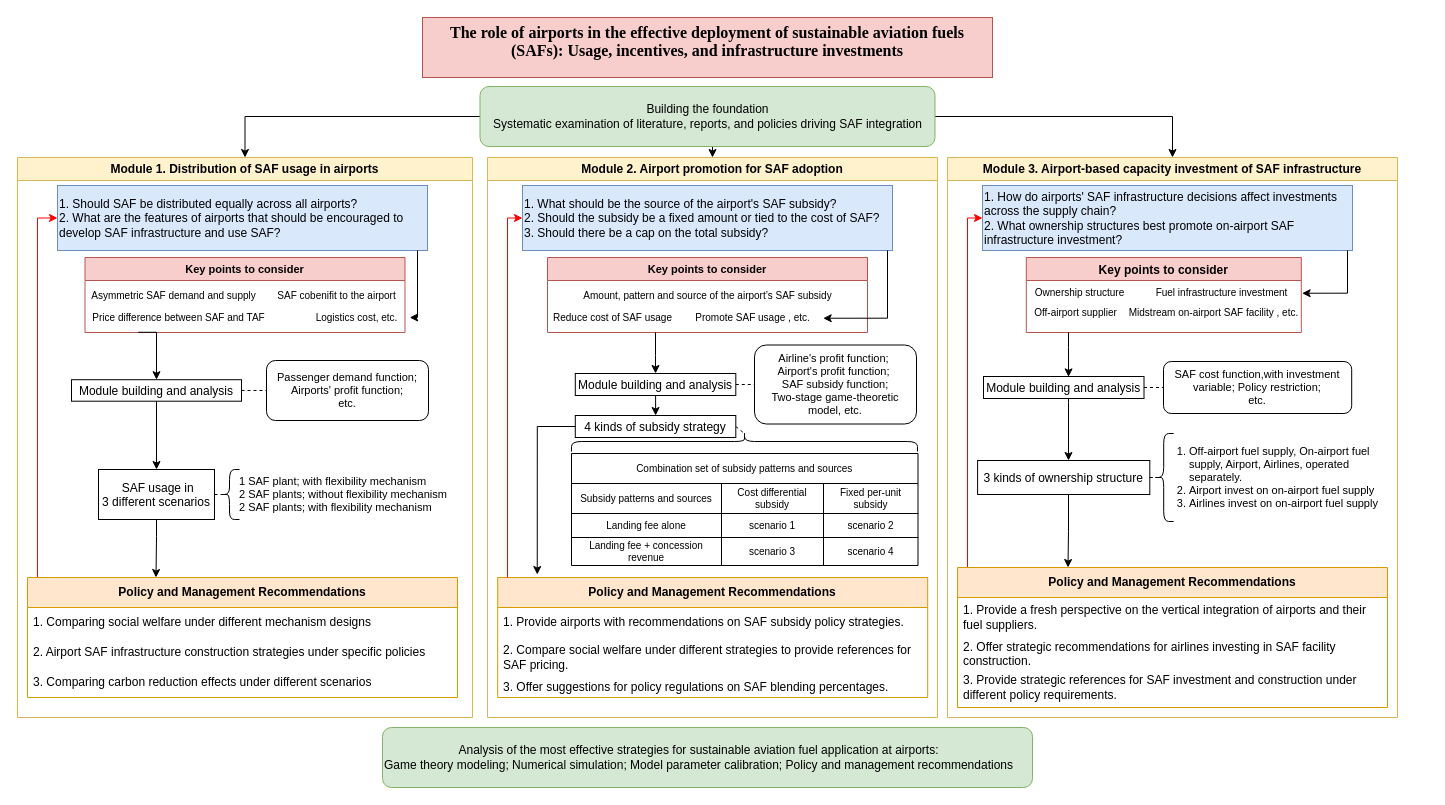
This is 技术路线图.drawio from HengfeiMa95/paper-reading, a draw.io file, before an edit. Source tidied: cells renumbered, new cells numbered last; positions are measured from the earlier drawing's top-left corner, leaving out a move shared by most shapes. Both pictures are drawn from the tidied source at 100%, with x=0, y=0 at pixel (17, 17).
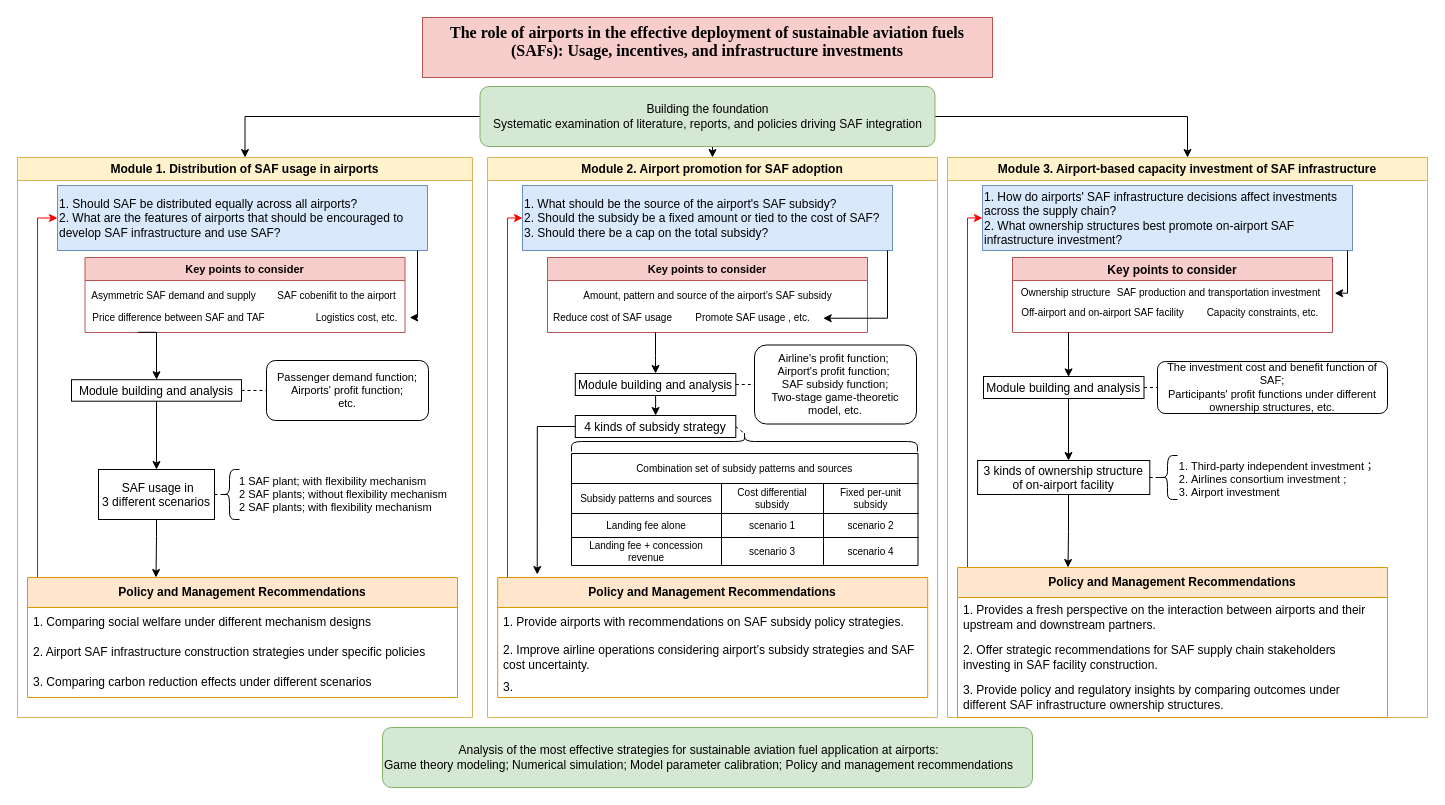
Above is the later version.

Commit message (it also covers changes not shown here):
Update 技术路线图.drawio

Unchanged cells that the change refers to:
```xml
<mxCell id="47" value="&lt;span style=&quot;font-weight: 700;&quot;&gt;Policy and Management Recommendations&lt;/span&gt;" style="swimlane;fontStyle=0;horizontal=1;startSize=30;whiteSpace=wrap;html=1;align=center;verticalAlign=middle;fontFamily=Helvetica;fontSize=12;fillColor=#ffe6cc;strokeColor=#d79b00;" parent="25" vertex="1">
  <mxGeometry x="10.2" y="420" width="430" height="120" as="geometry" />
</mxCell>
```

What changed in the source:
```diff
@@
-    <mxCell id="49" value="2. Compare social welfare under different strategies to provide references for SAF pricing." style="text;strokeColor=none;fillColor=none;align=left;verticalAlign=middle;spacingLeft=4;spacingRight=4;overflow=hidden;whiteSpace=wrap;html=1;fontFamily=Helvetica;fontSize=12;fontColor=default;" parent="47" vertex="1">
+    <mxCell id="49" value="2. Improve airline operations considering airport’s subsidy strategies and SAF cost uncertainty." style="text;strokeColor=none;fillColor=none;align=left;verticalAlign=middle;spacingLeft=4;spacingRight=4;overflow=hidden;whiteSpace=wrap;html=1;fontFamily=Helvetica;fontSize=12;fontColor=default;" parent="47" vertex="1">
       <mxGeometry y="60" width="430" height="40" as="geometry" />
     </mxCell>
-    <mxCell id="50" value="3. Offer suggestions for policy regulations on SAF blending percentages." style="text;strokeColor=none;fillColor=none;align=left;verticalAlign=middle;spacingLeft=4;spacingRight=4;overflow=hidden;whiteSpace=wrap;html=1;fontFamily=Helvetica;fontSize=12;fontColor=default;" parent="47" vertex="1">
+    <mxCell id="50" value="3.&amp;nbsp;" style="text;strokeColor=none;fillColor=none;align=left;verticalAlign=middle;spacingLeft=4;spacingRight=4;overflow=hidden;whiteSpace=wrap;html=1;fontFamily=Helvetica;fontSize=12;fontColor=default;" parent="47" vertex="1">
       <mxGeometry y="100" width="430" height="20" as="geometry" />
     </mxCell>
@@
     <mxCell id="59" value="Module 3. Airport-based capacity investment of SAF infrastructure" style="swimlane;whiteSpace=wrap;fillColor=#fff2cc;strokeColor=#d6b656;" parent="1" vertex="1">
-      <mxGeometry x="930" y="140" width="450" height="560" as="geometry" />
+      <mxGeometry x="930" y="140" width="480" height="560" as="geometry" />
     </mxCell>
@@
-    <mxCell id="63" value="SAF cost function,with investment variable; Policy restriction;&lt;br style=&quot;font-size: 11px;&quot;&gt;etc." style="rounded=1;whiteSpace=wrap;html=1;fontSize=11;" parent="59" vertex="1">
-      <mxGeometry x="216" y="204" width="188.2" height="52" as="geometry" />
+    <mxCell id="63" value="The investment cost and benefit function of SAF;&lt;div&gt;Participants' profit functions under different ownership structures, etc.&lt;br&gt;&lt;/div&gt;" style="rounded=1;whiteSpace=wrap;html=1;fontSize=11;" parent="59" vertex="1">
+      <mxGeometry x="210" y="204" width="230" height="52" as="geometry" />
     </mxCell>
@@
-    <mxCell id="65" value="3 kinds of ownership structure" parent="59" vertex="1">
+    <mxCell id="65" value="3 kinds of ownership structure&#10;of on-airport facility" parent="59" vertex="1">
       <mxGeometry x="30.1" y="303" width="172.2" height="34" as="geometry" />
     </mxCell>
     <mxCell id="66" style="shape=curlyBracket;whiteSpace=wrap;html=1;rounded=1;labelPosition=left;verticalLabelPosition=middle;align=right;verticalAlign=middle;size=0.5;rotation=0;" parent="59" vertex="1">
-      <mxGeometry x="206.2" y="276" width="20" height="88" as="geometry" />
+      <mxGeometry x="210" y="298" width="20" height="44" as="geometry" />
     </mxCell>
-    <mxCell id="67" value="&lt;ol style=&quot;font-size: 11px;&quot;&gt;&lt;li style=&quot;font-size: 11px;&quot;&gt;&lt;span style=&quot;background-color: initial; font-size: 11px;&quot;&gt;Off-airport fuel supply, On-airport fuel supply, Airport, Airlines, operated separately.&lt;/span&gt;&lt;/li&gt;&lt;li style=&quot;font-size: 11px;&quot;&gt;&lt;span style=&quot;background-color: initial; font-size: 11px;&quot;&gt;Airport invest on on-airport fuel supply&lt;/span&gt;&lt;/li&gt;&lt;li style=&quot;font-size: 11px;&quot;&gt;&lt;span style=&quot;background-color: initial; font-size: 11px;&quot;&gt;Airlines invest on on-airport fuel supply&amp;nbsp;&lt;/span&gt;&lt;/li&gt;&lt;/ol&gt;" style="text;strokeColor=none;fillColor=none;html=1;whiteSpace=wrap;verticalAlign=middle;overflow=hidden;fontSize=11;" parent="59" vertex="1">
-      <mxGeometry x="200" y="259" width="240" height="122" as="geometry" />
+    <mxCell id="67" value="&lt;ol style=&quot;&quot;&gt;&lt;li style=&quot;&quot;&gt;Third-party independent investment；&lt;/li&gt;&lt;li style=&quot;&quot;&gt;Airlines consortium investment ;&amp;nbsp;&lt;/li&gt;&lt;li style=&quot;&quot;&gt;Airport investment&lt;br&gt;&lt;/li&gt;&lt;/ol&gt;" style="text;strokeColor=none;fillColor=none;html=1;whiteSpace=wrap;verticalAlign=middle;overflow=hidden;fontSize=11;" parent="59" vertex="1">
+      <mxGeometry x="202.4" y="289.5" width="230" height="61" as="geometry" />
     </mxCell>
@@
     <mxCell id="70" value="&lt;span style=&quot;font-weight: 700;&quot;&gt;Policy and Management Recommendations&lt;/span&gt;" style="swimlane;fontStyle=0;horizontal=1;startSize=30;whiteSpace=wrap;html=1;align=center;verticalAlign=middle;fontFamily=Helvetica;fontSize=12;fillColor=#ffe6cc;strokeColor=#d79b00;" parent="59" vertex="1">
-      <mxGeometry x="10" y="410" width="430" height="140" as="geometry" />
+      <mxGeometry x="10" y="410" width="430" height="150" as="geometry" />
     </mxCell>
-    <mxCell id="71" value="1. Provide a fresh perspective on the vertical integration of airports and their fuel suppliers." style="text;strokeColor=none;fillColor=none;align=left;verticalAlign=middle;spacingLeft=4;spacingRight=4;overflow=hidden;whiteSpace=wrap;html=1;fontFamily=Helvetica;fontSize=12;fontColor=default;" parent="70" vertex="1">
+    <mxCell id="71" value="1. Provides a fresh perspective on the interaction between airports and their upstream and downstream partners." style="text;strokeColor=none;fillColor=none;align=left;verticalAlign=middle;spacingLeft=4;spacingRight=4;overflow=hidden;whiteSpace=wrap;html=1;fontFamily=Helvetica;fontSize=12;fontColor=default;" parent="70" vertex="1">
       <mxGeometry y="30" width="430" height="40" as="geometry" />
     </mxCell>
-    <mxCell id="72" value="2. Offer strategic recommendations for airlines investing in SAF facility construction." style="text;strokeColor=none;fillColor=none;align=left;verticalAlign=middle;spacingLeft=4;spacingRight=4;overflow=hidden;whiteSpace=wrap;html=1;fontFamily=Helvetica;fontSize=12;fontColor=default;" parent="70" vertex="1">
-      <mxGeometry y="70" width="430" height="30" as="geometry" />
+    <mxCell id="72" value="2. Offer strategic recommendations for&amp;nbsp;SAF supply chain stakeholders investing in SAF facility construction." style="text;strokeColor=none;fillColor=none;align=left;verticalAlign=middle;spacingLeft=4;spacingRight=4;overflow=hidden;whiteSpace=wrap;html=1;fontFamily=Helvetica;fontSize=12;fontColor=default;" parent="70" vertex="1">
+      <mxGeometry y="70" width="430" height="40" as="geometry" />
     </mxCell>
-    <mxCell id="73" value="3. Provide strategic references for SAF investment and construction under different policy requirements." style="text;strokeColor=none;fillColor=none;align=left;verticalAlign=middle;spacingLeft=4;spacingRight=4;overflow=hidden;whiteSpace=wrap;html=1;fontFamily=Helvetica;fontSize=12;fontColor=default;" parent="70" vertex="1">
-      <mxGeometry y="100" width="430" height="40" as="geometry" />
+    <mxCell id="73" value="3. Provide policy and regulatory insights by comparing outcomes under different SAF infrastructure ownership structures." style="text;strokeColor=none;fillColor=none;align=left;verticalAlign=middle;spacingLeft=4;spacingRight=4;overflow=hidden;whiteSpace=wrap;html=1;fontFamily=Helvetica;fontSize=12;fontColor=default;" parent="70" vertex="1">
+      <mxGeometry y="110" width="430" height="40" as="geometry" />
     </mxCell>
@@
     <mxCell id="75" value="Key points to consider" style="swimlane;fillColor=#f8cecc;strokeColor=#b85450;" parent="59" vertex="1">
-      <mxGeometry x="78.8" y="100" width="275" height="75" as="geometry" />
+      <mxGeometry x="65" y="100" width="320" height="75" as="geometry" />
     </mxCell>
-    <mxCell id="76" value="&lt;font style=&quot;font-size: 10px;&quot;&gt;Midstream on-airport SAF facility&amp;nbsp;, etc.&lt;/font&gt;" style="text;html=1;align=center;verticalAlign=middle;strokeColor=none;fillColor=none;fontSize=9;" parent="75" vertex="1">
-      <mxGeometry x="92" y="40" width="190" height="30" as="geometry" />
+    <mxCell id="76" value="&lt;font style=&quot;font-size: 10px;&quot;&gt;Capacity constraints, etc.&lt;/font&gt;" style="text;html=1;align=center;verticalAlign=middle;strokeColor=none;fillColor=none;fontSize=9;" parent="75" vertex="1">
+      <mxGeometry x="180" y="40" width="140" height="30" as="geometry" />
     </mxCell>
-    <mxCell id="77" value="&lt;font style=&quot;font-size: 10px;&quot;&gt;Fuel infrastructure investment&lt;/font&gt;" style="text;html=1;align=center;verticalAlign=middle;points=[];strokeColor=none;fillColor=none;fontSize=9;" parent="75" vertex="1">
-      <mxGeometry x="115" y="20" width="160" height="30" as="geometry" />
+    <mxCell id="77" value="&lt;font style=&quot;font-size: 10px;&quot;&gt;SAF production and transportation investment&lt;/font&gt;" style="text;html=1;align=center;verticalAlign=middle;points=[];strokeColor=none;fillColor=none;fontSize=9;" parent="75" vertex="1">
+      <mxGeometry x="91" y="20" width="230" height="30" as="geometry" />
     </mxCell>
-    <mxCell id="78" value="&lt;font style=&quot;font-size: 10px;&quot;&gt;Off-airport supplier&lt;/font&gt;" style="text;html=1;align=center;verticalAlign=middle;strokeColor=none;fillColor=none;fontSize=9;" parent="75" vertex="1">
-      <mxGeometry x="-6" y="40" width="110" height="30" as="geometry" />
+    <mxCell id="78" value="&lt;font style=&quot;font-size: 10px;&quot;&gt;Off-airport and on-airport SAF facility&lt;/font&gt;" style="text;html=1;align=center;verticalAlign=middle;strokeColor=none;fillColor=none;fontSize=9;" parent="75" vertex="1">
+      <mxGeometry x="-5" y="40" width="190" height="30" as="geometry" />
     </mxCell>
```
